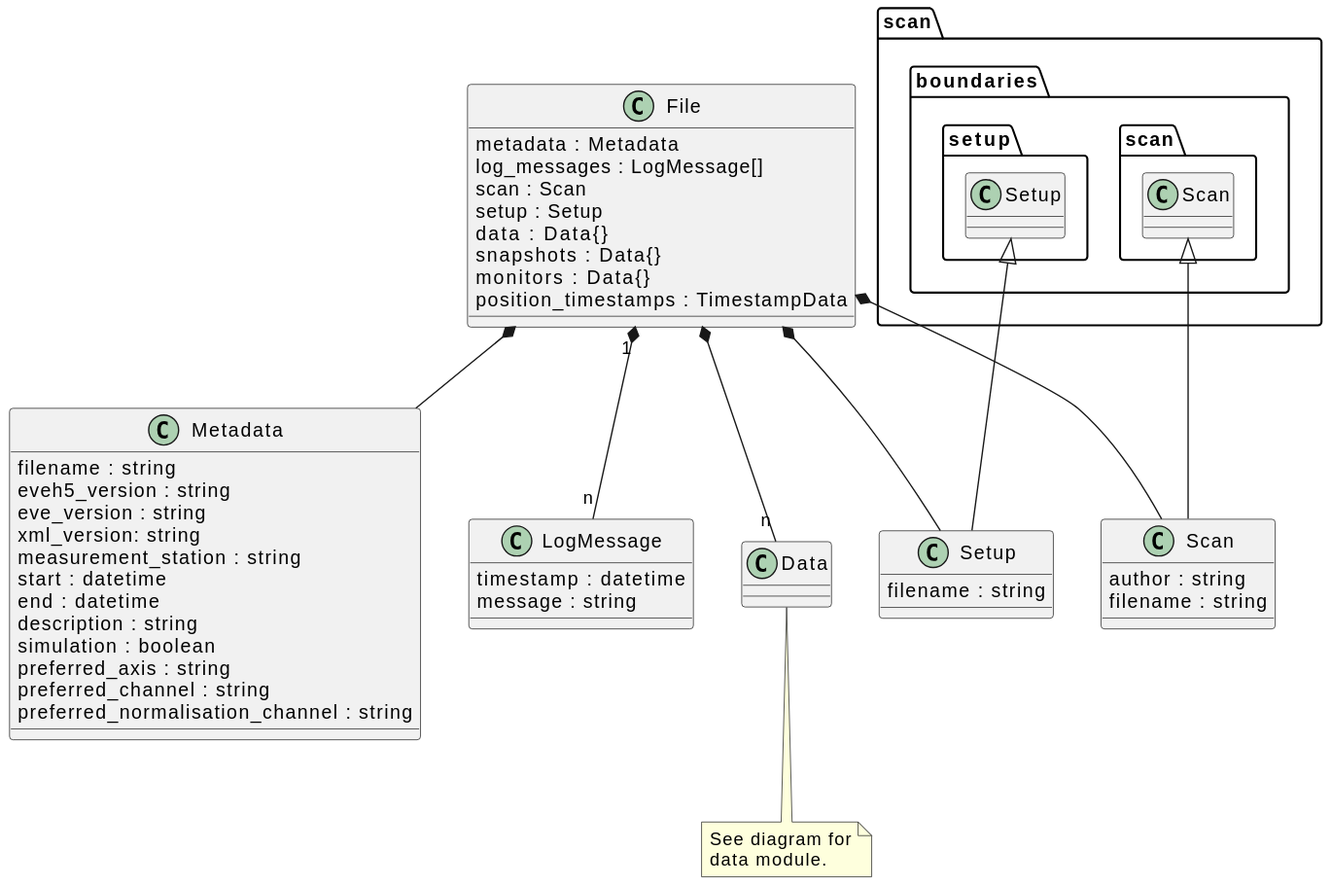
tillbiskup/evedata keeps this PlantUML diagram as docs/uml/evedata.evefile.entities.file.svg. Above is the earlier version. The source it was exported from:
```plantuml
@startuml
class File {
    metadata : Metadata
    log_messages : LogMessage[]
    scan : Scan
    setup : Setup
    data : Data{}
    snapshots : Data{}
    monitors : Data{}
    position_timestamps : TimestampData
}

File *-- "n" Data
note bottom: See diagram for\ndata module.

class Metadata{
    filename : string
    eveh5_version : string
    eve_version : string
    xml_version: string
    measurement_station : string
    start : datetime
    end : datetime
    description : string
    simulation : boolean
    preferred_axis : string
    preferred_channel : string
    preferred_normalisation_channel : string
}

class LogMessage {
    timestamp : datetime
    message : string
}

class Scan extends scan.boundaries.scan.Scan {
    author : string
    filename : string
}

class Setup extends scan.boundaries.setup.Setup {
    filename : string
}

File *-- Metadata
File "1" *-- "n" LogMessage
File *-- Scan
File *-- Setup
@enduml
```
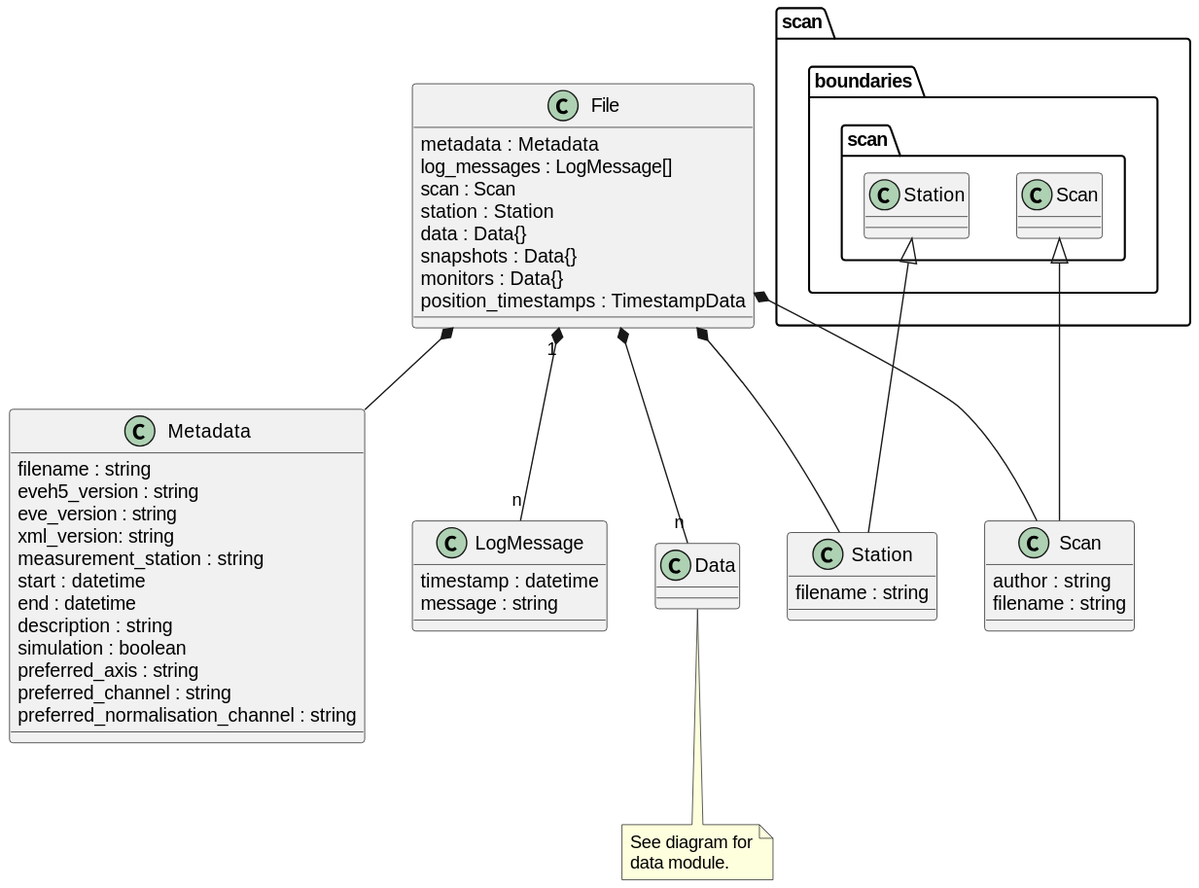
Above is the later version.

Change to the diagram source:
```diff
@@ -3,7 +3,7 @@
     metadata : Metadata
     log_messages : LogMessage[]
     scan : Scan
-    setup : Setup
+    station : Station
     data : Data{}
     snapshots : Data{}
     monitors : Data{}
@@ -38,12 +38,12 @@
     filename : string
 }
 
-class Setup extends scan.boundaries.setup.Setup {
+class Station extends scan.boundaries.scan.Station {
     filename : string
 }
 
 File *-- Metadata
 File "1" *-- "n" LogMessage
 File *-- Scan
-File *-- Setup
+File *-- Station
 @enduml
```
